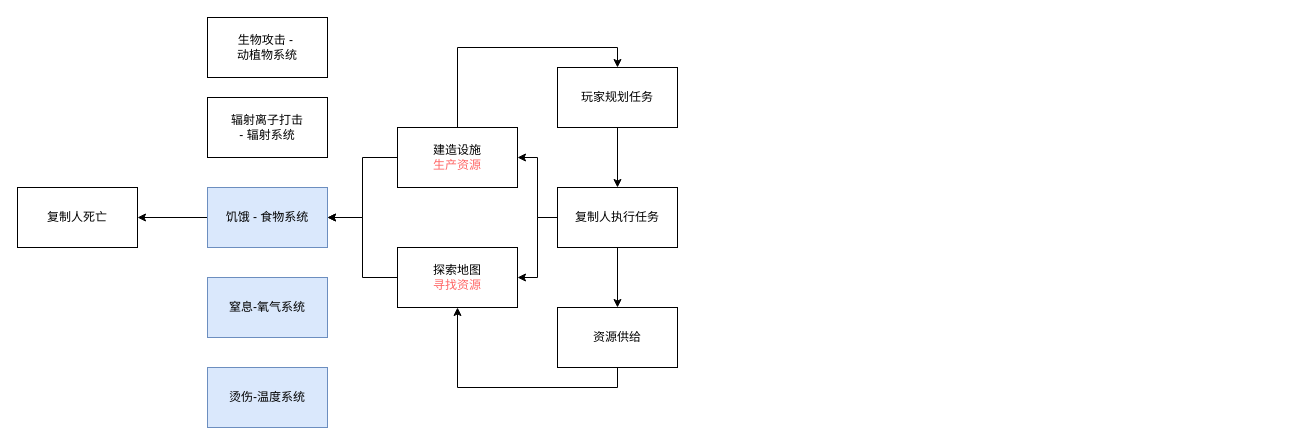
Above: 缺氧游戏系统绘图/缺氧游戏系统.drawio in MaxLiang91/draw (draw.io), before the change. Source tidied: cells renumbered, new cells numbered last; positions are measured from the earlier drawing's top-left corner, leaving out a move shared by most shapes. Both pictures are drawn from the tidied source at 100%, with x=0, y=0 at pixel (17, 17).
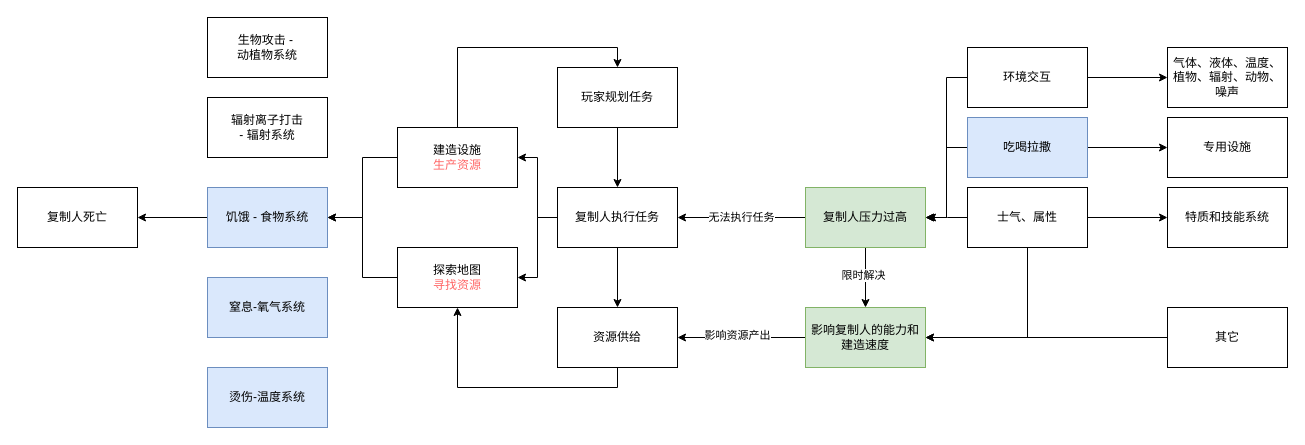
The same diagram, later.

Commit message:
更新缺氧游戏系统.drawio

Unchanged cells that the change refers to:
```xml
<mxCell id="15" value="复制人执行任务" style="rounded=0;whiteSpace=wrap;html=1;" parent="1" vertex="1">
  <mxGeometry x="540" y="170" width="120" height="60" as="geometry" />
</mxCell>
<mxCell id="17" value="资源供给" style="rounded=0;whiteSpace=wrap;html=1;" parent="1" vertex="1">
  <mxGeometry x="540" y="290" width="120" height="60" as="geometry" />
</mxCell>
```

Diff of the diagram source:
```diff
@@
+    <mxCell id="22" value="无法执行任务" style="edgeStyle=orthogonalEdgeStyle;rounded=0;jettySize=auto;html=1;entryX=1;entryY=0.5;entryDx=0;entryDy=0;" parent="1" edge="1" source="25" target="15">
+      <mxGeometry relative="1" as="geometry" />
+    </mxCell>
+    <mxCell id="23" style="edgeStyle=orthogonalEdgeStyle;rounded=0;jettySize=auto;html=1;" parent="1" edge="1" source="25" target="40">
+      <mxGeometry relative="1" as="geometry" />
+    </mxCell>
+    <mxCell id="24" value="限时解决" style="edgeLabel;html=1;align=center;verticalAlign=middle;" parent="23" vertex="1">
+      <mxGeometry x="-0.1" y="-3" relative="1" as="geometry" />
+    </mxCell>
+    <mxCell id="25" value="复制人压力过高" style="rounded=0;whiteSpace=wrap;html=1;fillColor=#d5e8d4;strokeColor=#82b366;" parent="1" vertex="1">
+      <mxGeometry x="788" y="170" width="120" height="60" as="geometry" />
+    </mxCell>
+    <mxCell id="26" style="edgeStyle=orthogonalEdgeStyle;rounded=0;jettySize=auto;html=1;entryX=1;entryY=0.5;entryDx=0;entryDy=0;exitX=0.5;exitY=1;exitDx=0;exitDy=0;" parent="1" edge="1" source="29" target="40">
+      <mxGeometry relative="1" as="geometry">
+        <Array as="points">
+          <mxPoint x="1010" y="320" />
+        </Array>
+      </mxGeometry>
+    </mxCell>
+    <mxCell id="27" style="edgeStyle=orthogonalEdgeStyle;rounded=0;jettySize=auto;html=1;" parent="1" edge="1" source="29">
+      <mxGeometry relative="1" as="geometry">
+        <mxPoint x="910" y="200" as="targetPoint" />
+      </mxGeometry>
+    </mxCell>
+    <mxCell id="28" style="edgeStyle=orthogonalEdgeStyle;rounded=0;jettySize=auto;html=1;" parent="1" edge="1" source="29" target="43">
+      <mxGeometry relative="1" as="geometry" />
+    </mxCell>
+    <mxCell id="29" value="士气、属性" style="rounded=0;whiteSpace=wrap;html=1;" parent="1" vertex="1">
+      <mxGeometry x="950" y="170" width="120" height="60" as="geometry" />
+    </mxCell>
+    <mxCell id="30" style="edgeStyle=orthogonalEdgeStyle;rounded=0;jettySize=auto;html=1;" parent="1" edge="1" source="31" target="40">
+      <mxGeometry relative="1" as="geometry" />
+    </mxCell>
+    <mxCell id="31" value="其它" style="rounded=0;whiteSpace=wrap;html=1;" parent="1" vertex="1">
+      <mxGeometry x="1150" y="290" width="120" height="60" as="geometry" />
+    </mxCell>
+    <mxCell id="32" style="edgeStyle=orthogonalEdgeStyle;rounded=0;jettySize=auto;html=1;" parent="1" edge="1" source="34" target="42">
+      <mxGeometry relative="1" as="geometry" />
+    </mxCell>
+    <mxCell id="33" style="edgeStyle=orthogonalEdgeStyle;rounded=0;jettySize=auto;html=1;entryX=1;entryY=0.5;entryDx=0;entryDy=0;" parent="1" edge="1" source="34" target="25">
+      <mxGeometry relative="1" as="geometry" />
+    </mxCell>
+    <mxCell id="34" value="吃喝拉撒" style="rounded=0;whiteSpace=wrap;html=1;fillColor=#dae8fc;strokeColor=#6c8ebf;" parent="1" vertex="1">
+      <mxGeometry x="950" y="100" width="120" height="60" as="geometry" />
+    </mxCell>
+    <mxCell id="35" style="edgeStyle=orthogonalEdgeStyle;rounded=0;jettySize=auto;html=1;" parent="1" edge="1" source="37" target="41">
+      <mxGeometry relative="1" as="geometry" />
+    </mxCell>
+    <mxCell id="36" style="edgeStyle=orthogonalEdgeStyle;rounded=0;jettySize=auto;html=1;entryX=1;entryY=0.5;entryDx=0;entryDy=0;" parent="1" edge="1" source="37" target="25">
+      <mxGeometry relative="1" as="geometry" />
+    </mxCell>
+    <mxCell id="37" value="环境交互" style="rounded=0;whiteSpace=wrap;html=1;" parent="1" vertex="1">
+      <mxGeometry x="950" y="30" width="120" height="60" as="geometry" />
+    </mxCell>
+    <mxCell id="38" style="edgeStyle=orthogonalEdgeStyle;rounded=0;jettySize=auto;html=1;entryX=1;entryY=0.5;entryDx=0;entryDy=0;" parent="1" edge="1" source="40" target="17">
+      <mxGeometry relative="1" as="geometry" />
+    </mxCell>
+    <mxCell id="39" value="影响资源产出" style="edgeLabel;html=1;align=center;verticalAlign=middle;" parent="38" vertex="1">
+      <mxGeometry x="0.08" y="-3" relative="1" as="geometry" />
+    </mxCell>
+    <mxCell id="40" value="影响复制人的能力和建造速度" style="rounded=0;whiteSpace=wrap;html=1;fillColor=#d5e8d4;strokeColor=#82b366;" parent="1" vertex="1">
+      <mxGeometry x="788" y="290" width="120" height="60" as="geometry" />
+    </mxCell>
+    <mxCell id="41" value="气体、液体、温度、植物、辐射、动物、噪声" style="rounded=0;whiteSpace=wrap;html=1;" parent="1" vertex="1">
+      <mxGeometry x="1150" y="30" width="120" height="60" as="geometry" />
+    </mxCell>
+    <mxCell id="42" value="专用设施" style="rounded=0;whiteSpace=wrap;html=1;" parent="1" vertex="1">
+      <mxGeometry x="1150" y="100" width="120" height="60" as="geometry" />
+    </mxCell>
+    <mxCell id="43" value="特质和技能系统" style="whiteSpace=wrap;html=1;rounded=0;" parent="1" vertex="1">
+      <mxGeometry x="1150" y="170" width="120" height="60" as="geometry" />
+    </mxCell>
```
